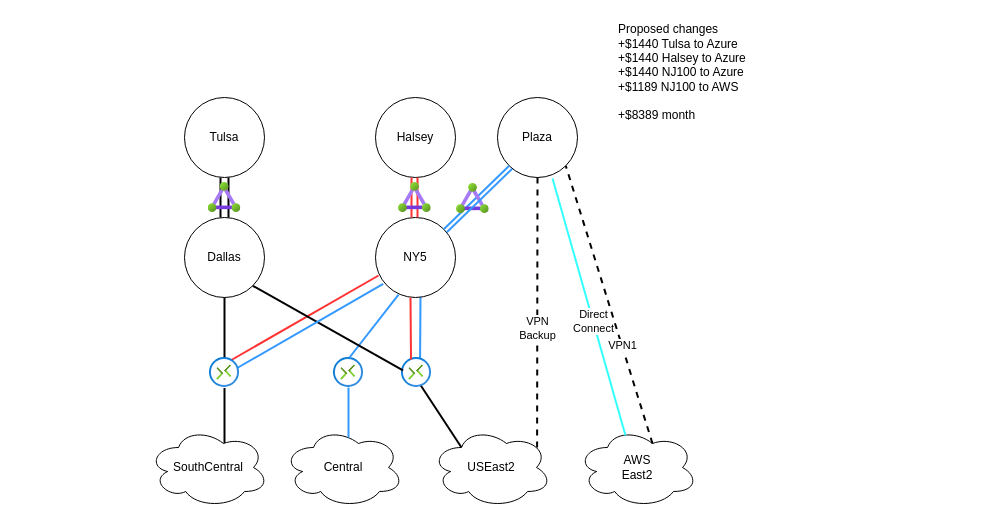
Earlier version of the draw.io diagram Cloud2.drawio (rhoatson/Draw.io). Source tidied: cells renumbered, new cells numbered last; positions are measured from the earlier drawing's top-left corner, leaving out a move shared by most shapes. Both pictures are drawn from the tidied source at 100%, with x=0, y=0 at pixel (148, 17).
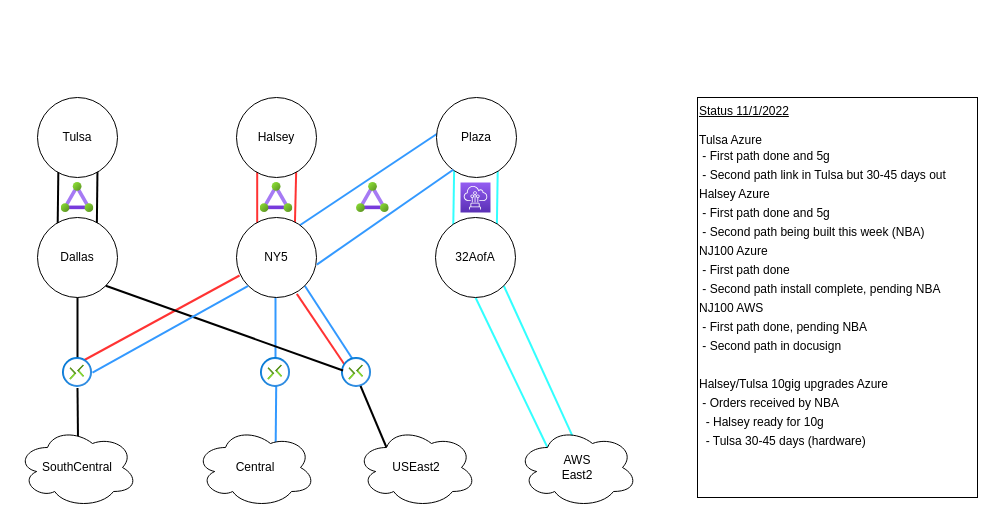
The same diagram, later.

Diff of the diagram source:
```diff
@@
+    <mxCell id="19" style="endArrow=none;html=1;rounded=0;exitX=0.201;exitY=0.333;exitDx=0;exitDy=0;exitPerimeter=0;entryX=0.288;entryY=0.963;entryDx=0;entryDy=0;entryPerimeter=0;strokeColor=#3399FF;strokeWidth=2;" parent="1" edge="1">
+      <mxGeometry relative="1" as="geometry">
+        <mxPoint x="127" y="350" as="sourcePoint" />
+        <mxPoint x="127" y="277" as="targetPoint" />
+      </mxGeometry>
+    </mxCell>
+    <mxCell id="40" style="endArrow=none;html=1;rounded=0;strokeColor=#33FFFF;fillColor=#FF0000;exitX=0.25;exitY=0.25;exitDx=0;exitDy=0;strokeWidth=2;exitPerimeter=0;entryX=0.5;entryY=1;entryDx=0;entryDy=0;" parent="1" edge="1" source="12" target="43">
+      <mxGeometry relative="1" as="geometry" />
+    </mxCell>
+    <mxCell id="41" style="endArrow=none;html=1;rounded=0;strokeColor=#33FFFF;fillColor=#FF0000;exitX=0.465;exitY=0.129;exitDx=0;exitDy=0;entryX=1;entryY=1;entryDx=0;entryDy=0;strokeWidth=2;exitPerimeter=0;" parent="1" edge="1" source="12" target="43">
+      <mxGeometry relative="1" as="geometry" />
+    </mxCell>
+    <mxCell id="23" style="endArrow=none;html=1;rounded=0;exitX=0.75;exitY=0.125;exitDx=0;exitDy=0;entryX=0;entryY=0.5;entryDx=0;entryDy=0;fillColor=#FF0000;strokeColor=#3399FF;strokeWidth=2;exitPerimeter=0;" parent="1" edge="1" source="10">
+      <mxGeometry relative="1" as="geometry">
+        <mxPoint x="289" y="116" as="targetPoint" />
+      </mxGeometry>
+    </mxCell>
+    <mxCell id="28" style="endArrow=none;html=1;rounded=0;strokeColor=#33FFFF;fillColor=#FF0000;exitX=0;exitY=0;exitDx=0;exitDy=0;entryX=0;entryY=1;entryDx=0;entryDy=0;strokeWidth=2;" parent="1" edge="1">
+      <mxGeometry relative="1" as="geometry">
+        <mxPoint x="304.7" y="211.7" as="sourcePoint" />
+        <mxPoint x="305.7" y="148.3" as="targetPoint" />
+      </mxGeometry>
+    </mxCell>
+    <mxCell id="42" style="endArrow=none;html=1;rounded=0;strokeColor=#33FFFF;fillColor=#FF0000;exitX=1;exitY=0;exitDx=0;exitDy=0;entryX=1;entryY=1;entryDx=0;entryDy=0;strokeWidth=2;" parent="1" edge="1">
+      <mxGeometry relative="1" as="geometry">
+        <mxPoint x="348.3" y="211.7" as="sourcePoint" />
+        <mxPoint x="349.3" y="148.3" as="targetPoint" />
+      </mxGeometry>
+    </mxCell>
+    <mxCell id="24" style="endArrow=none;html=1;rounded=0;entryX=0.754;entryY=0.954;entryDx=0;entryDy=0;strokeColor=#FF3333;strokeWidth=2;entryPerimeter=0;" parent="1" edge="1" target="10">
+      <mxGeometry relative="1" as="geometry">
+        <mxPoint x="198" y="350" as="sourcePoint" />
+      </mxGeometry>
+    </mxCell>
+    <mxCell id="20" style="endArrow=none;html=1;rounded=0;strokeColor=#3399FF;strokeWidth=2;exitX=0.668;exitY=0.229;exitDx=0;exitDy=0;exitPerimeter=0;entryX=0.524;entryY=0.924;entryDx=0;entryDy=0;entryPerimeter=0;" parent="1" edge="1" source="13" target="15">
+      <mxGeometry relative="1" as="geometry" />
+    </mxCell>
+    <mxCell id="35" style="endArrow=none;html=1;rounded=0;exitX=0;exitY=0;exitDx=0;exitDy=0;entryX=0;entryY=1;entryDx=0;entryDy=0;strokeColor=#FF3333;strokeWidth=2;" parent="1" edge="1">
+      <mxGeometry relative="1" as="geometry">
+        <mxPoint x="108.7" y="211.7" as="sourcePoint" />
+        <mxPoint x="108.7" y="148.3" as="targetPoint" />
+      </mxGeometry>
+    </mxCell>
+    <mxCell id="22" style="endArrow=none;html=1;rounded=0;exitX=1;exitY=0;exitDx=0;exitDy=0;entryX=0.5;entryY=1;entryDx=0;entryDy=0;strokeColor=#FF3333;strokeWidth=2;" parent="1" edge="1">
+      <mxGeometry relative="1" as="geometry">
+        <mxPoint x="146.3" y="211.7" as="sourcePoint" />
+        <mxPoint x="148" y="140" as="targetPoint" />
+      </mxGeometry>
+    </mxCell>
+    <mxCell id="37" style="endArrow=none;html=1;rounded=0;exitX=0.1;exitY=0.275;exitDx=0;exitDy=0;entryX=0.5;entryY=1;entryDx=0;entryDy=0;strokeWidth=2;exitPerimeter=0;" parent="1" edge="1">
+      <mxGeometry relative="1" as="geometry">
+        <mxPoint x="-91" y="222" as="sourcePoint" />
+        <mxPoint x="-90" y="140" as="targetPoint" />
+      </mxGeometry>
+    </mxCell>
-    <mxCell id="2" style="endArrow=none;html=1;rounded=0;entryX=0.675;entryY=0.975;entryDx=0;entryDy=0;exitX=0.917;exitY=0.433;exitDx=0;exitDy=0;exitPerimeter=0;entryPerimeter=0;strokeColor=#3399FF;strokeWidth=2;" parent="1" edge="1">
+    <mxCell id="2" style="endArrow=none;html=1;rounded=0;entryX=1;entryY=1;entryDx=0;entryDy=0;exitX=0.917;exitY=0.433;exitDx=0;exitDy=0;exitPerimeter=0;strokeColor=#3399FF;strokeWidth=2;" parent="1" edge="1" target="10">
       <mxGeometry relative="1" as="geometry">
-        <mxPoint x="271.5" y="353" as="sourcePoint" />
-        <mxPoint x="272" y="278" as="targetPoint" />
+        <mxPoint x="211.5" y="353" as="sourcePoint" />
       </mxGeometry>
     </mxCell>
@@
-    <mxCell id="4" style="endArrow=none;html=1;rounded=0;exitX=0.625;exitY=0.2;exitDx=0;exitDy=0;exitPerimeter=0;strokeWidth=2;entryX=0.467;entryY=1.017;entryDx=0;entryDy=0;entryPerimeter=0;" parent="1" edge="1">
+    <mxCell id="4" style="endArrow=none;html=1;rounded=0;exitX=0.504;exitY=0.107;exitDx=0;exitDy=0;exitPerimeter=0;strokeWidth=2;entryX=0.467;entryY=1.017;entryDx=0;entryDy=0;entryPerimeter=0;" parent="1" edge="1" source="11">
       <mxGeometry relative="1" as="geometry">
-        <mxPoint x="76" y="426" as="sourcePoint" />
-        <mxPoint x="76" y="370.5" as="targetPoint" />
+        <mxPoint x="-71" y="370.5" as="targetPoint" />
       </mxGeometry>
     </mxCell>
-    <mxCell id="5" style="endArrow=none;html=1;rounded=0;exitX=0.5;exitY=0;exitDx=0;exitDy=0;entryX=0.5;entryY=1;entryDx=0;entryDy=0;strokeWidth=2;" parent="1" edge="1">
+    <mxCell id="5" style="endArrow=none;html=1;rounded=0;exitX=1;exitY=0;exitDx=0;exitDy=0;entryX=0.5;entryY=1;entryDx=0;entryDy=0;strokeWidth=2;" parent="1" edge="1">
       <mxGeometry relative="1" as="geometry">
-        <mxPoint x="72" y="200" as="sourcePoint" />
-        <mxPoint x="72" y="160" as="targetPoint" />
+        <mxPoint x="-51.7" y="211.7" as="sourcePoint" />
+        <mxPoint x="-51" y="150" as="targetPoint" />
       </mxGeometry>
     </mxCell>
     <mxCell id="6" value="Tulsa" style="ellipse;whiteSpace=wrap;html=1;" parent="1" vertex="1">
-      <mxGeometry x="36" y="80" width="80" height="80" as="geometry" />
+      <mxGeometry x="-111" y="80" width="80" height="80" as="geometry" />
     </mxCell>
     <mxCell id="7" value="Halsey" style="ellipse;whiteSpace=wrap;html=1;" parent="1" vertex="1">
-      <mxGeometry x="227" y="80" width="80" height="80" as="geometry" />
+      <mxGeometry x="88" y="80" width="80" height="80" as="geometry" />
     </mxCell>
     <mxCell id="8" value="Plaza" style="ellipse;whiteSpace=wrap;html=1;" parent="1" vertex="1">
-      <mxGeometry x="349" y="80" width="80" height="80" as="geometry" />
+      <mxGeometry x="288" y="80" width="80" height="80" as="geometry" />
     </mxCell>
     <mxCell id="9" value="Dallas" style="ellipse;whiteSpace=wrap;html=1;" parent="1" vertex="1">
-      <mxGeometry x="36" y="200" width="80" height="80" as="geometry" />
+      <mxGeometry x="-111" y="200" width="80" height="80" as="geometry" />
     </mxCell>
     <mxCell id="10" value="NY5" style="ellipse;whiteSpace=wrap;html=1;" parent="1" vertex="1">
-      <mxGeometry x="227" y="200" width="80" height="80" as="geometry" />
+      <mxGeometry x="88" y="200" width="80" height="80" as="geometry" />
     </mxCell>
     <mxCell id="11" value="SouthCentral" style="ellipse;shape=cloud;whiteSpace=wrap;html=1;" parent="1" vertex="1">
-      <mxGeometry y="410" width="120" height="80" as="geometry" />
+      <mxGeometry x="-131" y="410" width="120" height="80" as="geometry" />
     </mxCell>
     <mxCell id="12" value="&lt;div&gt;AWS&lt;/div&gt;&lt;div&gt;East2&lt;br&gt;&lt;/div&gt;" style="ellipse;shape=cloud;whiteSpace=wrap;html=1;" parent="1" vertex="1">
-      <mxGeometry x="429" y="410" width="120" height="80" as="geometry" />
+      <mxGeometry x="369" y="410" width="120" height="80" as="geometry" />
     </mxCell>
     <mxCell id="13" value="Central" style="ellipse;shape=cloud;whiteSpace=wrap;html=1;" parent="1" vertex="1">
-      <mxGeometry x="135" y="410" width="120" height="80" as="geometry" />
+      <mxGeometry x="47" y="410" width="120" height="80" as="geometry" />
     </mxCell>
     <mxCell id="14" value="USEast2" style="ellipse;shape=cloud;whiteSpace=wrap;html=1;" parent="1" vertex="1">
-      <mxGeometry x="283" y="410" width="120" height="80" as="geometry" />
+      <mxGeometry x="208" y="410" width="120" height="80" as="geometry" />
     </mxCell>
     <mxCell id="15" style="html=1;points=[];align=center;image;fontSize=12;image=img/lib/azure2/networking/Connections.svg;" parent="1" vertex="1">
-      <mxGeometry x="185" y="340" width="30" height="30" as="geometry" />
+      <mxGeometry x="112" y="340" width="30" height="30" as="geometry" />
     </mxCell>
     <mxCell id="16" style="html=1;points=[];align=center;image;fontSize=12;image=img/lib/azure2/networking/Connections.svg;" parent="1" vertex="1">
-      <mxGeometry x="253" y="340" width="30" height="30" as="geometry" />
+      <mxGeometry x="193" y="340" width="30" height="30" as="geometry" />
     </mxCell>
@@
-    <mxCell id="19" style="endArrow=none;html=1;rounded=0;exitX=0.533;exitY=0;exitDx=0;exitDy=0;exitPerimeter=0;entryX=0.288;entryY=0.963;entryDx=0;entryDy=0;entryPerimeter=0;strokeColor=#3399FF;strokeWidth=2;" parent="1" edge="1" source="15" target="10">
-      <mxGeometry relative="1" as="geometry" />
-    </mxCell>
-    <mxCell id="20" style="endArrow=none;html=1;rounded=0;entryX=0.5;entryY=1;entryDx=0;entryDy=0;entryPerimeter=0;strokeColor=#3399FF;strokeWidth=2;" parent="1" edge="1" target="15">
-      <mxGeometry relative="1" as="geometry">
-        <mxPoint x="200" y="420" as="sourcePoint" />
-      </mxGeometry>
-    </mxCell>
@@
-    <mxCell id="22" style="endArrow=none;html=1;rounded=0;exitX=0.5;exitY=0;exitDx=0;exitDy=0;entryX=0.5;entryY=1;entryDx=0;entryDy=0;strokeColor=#FF3333;strokeWidth=2;" parent="1" edge="1">
-      <mxGeometry relative="1" as="geometry">
-        <mxPoint x="263" y="200" as="sourcePoint" />
-        <mxPoint x="263" y="160" as="targetPoint" />
-      </mxGeometry>
-    </mxCell>
-    <mxCell id="23" style="endArrow=none;html=1;rounded=0;exitX=1;exitY=0;exitDx=0;exitDy=0;entryX=0;entryY=1;entryDx=0;entryDy=0;fillColor=#FF0000;strokeColor=#3399FF;strokeWidth=2;" parent="1" edge="1" source="10" target="8">
-      <mxGeometry relative="1" as="geometry" />
-    </mxCell>
-    <mxCell id="24" style="endArrow=none;html=1;rounded=0;exitX=0.483;exitY=0.067;exitDx=0;exitDy=0;exitPerimeter=0;entryX=0.5;entryY=1;entryDx=0;entryDy=0;strokeColor=#FF3333;strokeWidth=2;" parent="1" edge="1">
-      <mxGeometry relative="1" as="geometry">
-        <mxPoint x="262.5" y="342" as="sourcePoint" />
-        <mxPoint x="262" y="280" as="targetPoint" />
-      </mxGeometry>
-    </mxCell>
-    <mxCell id="25" style="endArrow=none;html=1;rounded=0;exitX=0.933;exitY=0.35;exitDx=0;exitDy=0;exitPerimeter=0;entryX=0;entryY=1;entryDx=0;entryDy=0;strokeColor=#3399FF;strokeWidth=2;" parent="1" edge="1">
+    <mxCell id="25" style="endArrow=none;html=1;rounded=0;exitX=0.933;exitY=0.35;exitDx=0;exitDy=0;exitPerimeter=0;entryX=0;entryY=1;entryDx=0;entryDy=0;strokeColor=#3399FF;strokeWidth=2;" parent="1" edge="1" target="10">
       <mxGeometry relative="1" as="geometry">
-        <mxPoint x="87" y="351.5" as="sourcePoint" />
-        <mxPoint x="234.7" y="266.3" as="targetPoint" />
+        <mxPoint x="-56" y="355.2" as="sourcePoint" />
       </mxGeometry>
     </mxCell>
-    <mxCell id="26" style="endArrow=none;dashed=1;html=1;rounded=0;strokeColor=#000000;fillColor=#FF0000;exitX=0.88;exitY=0.25;exitDx=0;exitDy=0;exitPerimeter=0;entryX=0.5;entryY=1;entryDx=0;entryDy=0;strokeWidth=2;" parent="1" edge="1" source="14" target="8">
-      <mxGeometry relative="1" as="geometry" />
-    </mxCell>
-    <mxCell id="27" value="&lt;div&gt;VPN&lt;/div&gt;&lt;div&gt;Backup&lt;br&gt;&lt;/div&gt;" style="edgeLabel;html=1;align=center;verticalAlign=middle;" parent="26" vertex="1">
-      <mxGeometry x="-0.11" relative="1" as="geometry" />
-    </mxCell>
-    <mxCell id="28" style="endArrow=none;html=1;rounded=0;strokeColor=#33FFFF;fillColor=#FF0000;exitX=0.4;exitY=0.1;exitDx=0;exitDy=0;exitPerimeter=0;entryX=0.688;entryY=1.013;entryDx=0;entryDy=0;entryPerimeter=0;strokeWidth=2;" parent="1" edge="1" source="12" target="8">
-      <mxGeometry relative="1" as="geometry" />
-    </mxCell>
-    <mxCell id="29" value="&lt;div&gt;Direct&lt;/div&gt;&lt;div&gt;Connect&lt;br&gt;&lt;/div&gt;" style="edgeLabel;html=1;align=center;verticalAlign=middle;" parent="28" vertex="1">
-      <mxGeometry x="-0.11" relative="1" as="geometry" />
-    </mxCell>
-    <mxCell id="30" style="endArrow=none;dashed=1;html=1;rounded=0;strokeColor=#000000;fillColor=#FF0000;exitX=0.625;exitY=0.2;exitDx=0;exitDy=0;exitPerimeter=0;entryX=1;entryY=1;entryDx=0;entryDy=0;strokeWidth=2;" parent="1" edge="1" source="12" target="8">
-      <mxGeometry relative="1" as="geometry" />
-    </mxCell>
-    <mxCell id="31" value="VPN1" style="edgeLabel;html=1;align=center;verticalAlign=middle;" parent="30" vertex="1">
-      <mxGeometry x="-0.29" relative="1" as="geometry" />
-    </mxCell>
     <mxCell id="32" style="html=1;align=center;image;fontSize=12;image=img/lib/azure2/networking/ExpressRoute_Circuits.svg;imageBackground=none;" parent="1" vertex="1">
-      <mxGeometry x="308" y="166" width="32.8" height="30" as="geometry" />
+      <mxGeometry x="111.6" y="165" width="32.8" height="30" as="geometry" />
     </mxCell>
     <mxCell id="33" style="html=1;points=[];align=center;image;fontSize=12;image=img/lib/azure2/networking/Connections.svg;" parent="1" vertex="1">
-      <mxGeometry x="61" y="340" width="30" height="30" as="geometry" />
+      <mxGeometry x="-86" y="340" width="30" height="30" as="geometry" />
     </mxCell>
-    <mxCell id="34" style="endArrow=none;html=1;rounded=0;exitX=1;exitY=0;exitDx=0;exitDy=0;entryX=0;entryY=1;entryDx=0;entryDy=0;fillColor=#FF0000;strokeColor=#3399FF;strokeWidth=2;" parent="1" edge="1">
+    <mxCell id="34" style="endArrow=none;html=1;rounded=0;exitX=1.004;exitY=0.589;exitDx=0;exitDy=0;entryX=0;entryY=1;entryDx=0;entryDy=0;fillColor=#FF0000;strokeColor=#3399FF;strokeWidth=2;exitPerimeter=0;" parent="1" edge="1" source="10">
       <mxGeometry relative="1" as="geometry">
-        <mxPoint x="298.3" y="214.7" as="sourcePoint" />
-        <mxPoint x="363.7" y="151.3" as="targetPoint" />
+        <mxPoint x="304.7" y="152.3" as="targetPoint" />
       </mxGeometry>
     </mxCell>
-    <mxCell id="35" style="endArrow=none;html=1;rounded=0;exitX=0.5;exitY=0;exitDx=0;exitDy=0;entryX=0.5;entryY=1;entryDx=0;entryDy=0;strokeColor=#FF3333;strokeWidth=2;" parent="1" edge="1">
-      <mxGeometry relative="1" as="geometry">
-        <mxPoint x="269" y="200" as="sourcePoint" />
-        <mxPoint x="269" y="160" as="targetPoint" />
-      </mxGeometry>
-    </mxCell>
     <mxCell id="36" style="html=1;align=center;image;fontSize=12;image=img/lib/azure2/networking/ExpressRoute_Circuits.svg;imageBackground=none;" parent="1" vertex="1">
-      <mxGeometry x="250" y="165" width="32.8" height="30" as="geometry" />
+      <mxGeometry x="208" y="165" width="32.8" height="30" as="geometry" />
     </mxCell>
-    <mxCell id="37" style="endArrow=none;html=1;rounded=0;exitX=0.5;exitY=0;exitDx=0;exitDy=0;entryX=0.5;entryY=1;entryDx=0;entryDy=0;strokeWidth=2;" parent="1" edge="1">
-      <mxGeometry relative="1" as="geometry">
-        <mxPoint x="80" y="200" as="sourcePoint" />
-        <mxPoint x="80" y="160" as="targetPoint" />
-      </mxGeometry>
-    </mxCell>
     <mxCell id="38" style="html=1;align=center;image;fontSize=12;image=img/lib/azure2/networking/ExpressRoute_Circuits.svg;imageBackground=none;" parent="1" vertex="1">
-      <mxGeometry x="59.6" y="165" width="32.8" height="30" as="geometry" />
+      <mxGeometry x="-87.4" y="165" width="32.8" height="30" as="geometry" />
     </mxCell>
-    <mxCell id="39" value="&lt;div align=&quot;left&quot;&gt;Proposed changes&lt;/div&gt;&lt;div align=&quot;left&quot;&gt;+$1440 Tulsa to Azure&lt;/div&gt;&lt;div align=&quot;left&quot;&gt;+$1440 Halsey to Azure&lt;/div&gt;&lt;div align=&quot;left&quot;&gt;+$1440 NJ100 to Azure&lt;br&gt;&lt;/div&gt;&lt;div align=&quot;left&quot;&gt;+$1189 NJ100 to AWS&lt;/div&gt;&lt;div align=&quot;left&quot;&gt;&lt;br&gt;+$8389 month&lt;br&gt;&lt;/div&gt;" style="text;html=1;align=left;verticalAlign=middle;strokeColor=none;fillColor=none;" parent="1" vertex="1">
-      <mxGeometry x="468" width="150" height="110" as="geometry" />
-    </mxCell>
+    <mxCell id="43" value="32AofA" style="ellipse;whiteSpace=wrap;html=1;" parent="1" vertex="1">
+      <mxGeometry x="287" y="200" width="80" height="80" as="geometry" />
+    </mxCell>
+    <mxCell id="44" style="sketch=0;fontColor=#232F3E;gradientColor=#945DF2;gradientDirection=north;fillColor=#5A30B5;strokeColor=#ffffff;dashed=0;verticalLabelPosition=bottom;verticalAlign=top;align=center;html=1;fontSize=12;fontStyle=0;shape=mxgraph.aws4.resourceIcon;resIcon=mxgraph.aws4.direct_connect;" parent="1" vertex="1">
+      <mxGeometry x="312" y="165" width="30" height="30" as="geometry" />
+    </mxCell>
+    <mxCell id="45" value="&lt;div style=&quot;&quot;&gt;&lt;u&gt;&lt;font style=&quot;font-size: 12px;&quot; face=&quot;Helvetica&quot;&gt;&lt;span style=&quot;&quot;&gt;Status 11/1/2022&lt;/span&gt;&lt;/font&gt;&lt;/u&gt;&lt;/div&gt;&lt;div style=&quot;&quot;&gt;&lt;font style=&quot;font-size: 12px;&quot; face=&quot;Helvetica&quot;&gt;&lt;span style=&quot;&quot;&gt;&lt;br&gt;&lt;/span&gt;&lt;/font&gt;&lt;/div&gt;&lt;div style=&quot;&quot;&gt;&lt;font style=&quot;font-size: 12px;&quot; face=&quot;Helvetica&quot;&gt;&lt;span style=&quot;&quot;&gt;Tulsa Azure&lt;/span&gt;&lt;/font&gt;&lt;/div&gt;&lt;div style=&quot;font-weight: normal; line-height: 19px;&quot;&gt;&lt;div&gt;&lt;font style=&quot;font-size: 12px;&quot; face=&quot;Helvetica&quot;&gt;&lt;span style=&quot;&quot;&gt;&amp;nbsp;- First path done and 5g&lt;/span&gt;&lt;/font&gt;&lt;/div&gt;&lt;div&gt;&lt;font style=&quot;font-size: 12px;&quot; face=&quot;Helvetica&quot;&gt;&lt;span style=&quot;&quot;&gt;&amp;nbsp;- Second path link in Tulsa but 30-45 days out&lt;/span&gt;&lt;/font&gt;&lt;/div&gt;&lt;font style=&quot;font-size: 12px;&quot; face=&quot;Helvetica&quot;&gt;&lt;span style=&quot;&quot;&gt;Halsey Azure&lt;/span&gt;&lt;span style=&quot;&quot;&gt;&lt;br&gt;&lt;/span&gt;&lt;/font&gt;&lt;/div&gt;&lt;div style=&quot;font-weight: normal; line-height: 19px;&quot;&gt;&lt;font style=&quot;font-size: 12px;&quot; face=&quot;Helvetica&quot;&gt;&lt;span style=&quot;&quot;&gt;&amp;nbsp;- First path done and 5g&lt;/span&gt;&lt;span style=&quot;&quot;&gt;&lt;/span&gt;&lt;/font&gt;&lt;div&gt;&lt;font style=&quot;font-size: 12px;&quot; face=&quot;Helvetica&quot;&gt;&lt;span style=&quot;&quot;&gt;&amp;nbsp;- Second path being built this &lt;span style=&quot;white-space: pre;&quot;&gt;&lt;/span&gt;week (NBA)&lt;/span&gt;&lt;/font&gt;&lt;/div&gt;&lt;font style=&quot;font-size: 12px;&quot; face=&quot;Helvetica&quot;&gt;&lt;span style=&quot;&quot;&gt;NJ100 Azure&lt;/span&gt;&lt;/font&gt;&lt;div&gt;&lt;font style=&quot;font-size: 12px;&quot; face=&quot;Helvetica&quot;&gt;&lt;span style=&quot;&quot;&gt;&amp;nbsp;- First path done&lt;/span&gt;&lt;/font&gt;&lt;/div&gt;&lt;div&gt;&lt;font style=&quot;font-size: 12px;&quot; face=&quot;Helvetica&quot;&gt;&lt;span style=&quot;&quot;&gt;&amp;nbsp;- Second path install complete, pending NBA&lt;br&gt;&lt;/span&gt;&lt;/font&gt;&lt;/div&gt;&lt;font style=&quot;font-size: 12px;&quot; face=&quot;Helvetica&quot;&gt;&lt;span style=&quot;&quot;&gt;NJ100 AWS&lt;/span&gt;&lt;/font&gt;&lt;div&gt;&lt;font style=&quot;font-size: 12px;&quot; face=&quot;Helvetica&quot;&gt;&lt;span style=&quot;&quot;&gt;&amp;nbsp;- First path done, pending NBA&lt;/span&gt;&lt;/font&gt;&lt;/div&gt;&lt;div&gt;&lt;font style=&quot;font-size: 12px;&quot; face=&quot;Helvetica&quot;&gt;&lt;span style=&quot;&quot;&gt;&amp;nbsp;- Second path in docusign&lt;/span&gt;&lt;/font&gt;&lt;/div&gt;&lt;font style=&quot;font-size: 12px;&quot; face=&quot;Helvetica&quot;&gt;&lt;span style=&quot;&quot;&gt;&lt;/span&gt;&lt;span style=&quot;&quot;&gt;&lt;br&gt;&lt;/span&gt;&lt;/font&gt;&lt;/div&gt;&lt;div style=&quot;font-weight: normal; line-height: 19px;&quot;&gt;&lt;font style=&quot;font-size: 12px;&quot; face=&quot;Helvetica&quot;&gt;&lt;span style=&quot;&quot;&gt;Halsey/Tulsa 10gig upgrades Azure&lt;/span&gt;&lt;/font&gt;&lt;div&gt;&lt;font style=&quot;font-size: 12px;&quot; face=&quot;Helvetica&quot;&gt;&lt;span style=&quot;&quot;&gt;&amp;nbsp;- Orders received by NBA&lt;br&gt;&lt;/span&gt;&lt;/font&gt;&lt;/div&gt;&lt;div&gt;&lt;font style=&quot;font-size: 12px;&quot; face=&quot;Helvetica&quot;&gt;&lt;span style=&quot;&quot;&gt;&amp;nbsp;&lt;span style=&quot;white-space: pre;&quot;&gt; - &lt;/span&gt;Halsey ready for 10g&lt;/span&gt;&lt;/font&gt;&lt;/div&gt;&lt;div&gt;&lt;font style=&quot;font-size: 12px;&quot; face=&quot;Helvetica&quot;&gt;&lt;span style=&quot;&quot;&gt;&amp;nbsp;&lt;span style=&quot;white-space: pre;&quot;&gt; &lt;/span&gt;- Tulsa 30-45 days (hardware)&lt;/span&gt;&lt;/font&gt;&lt;/div&gt;&lt;/div&gt;" style="text;whiteSpace=wrap;html=1;fillColor=#FFFFFF;fontColor=default;labelBackgroundColor=none;shadow=0;strokeColor=default;" parent="1" vertex="1">
+      <mxGeometry x="549" y="80" width="280" height="400" as="geometry" />
+    </mxCell>
```
